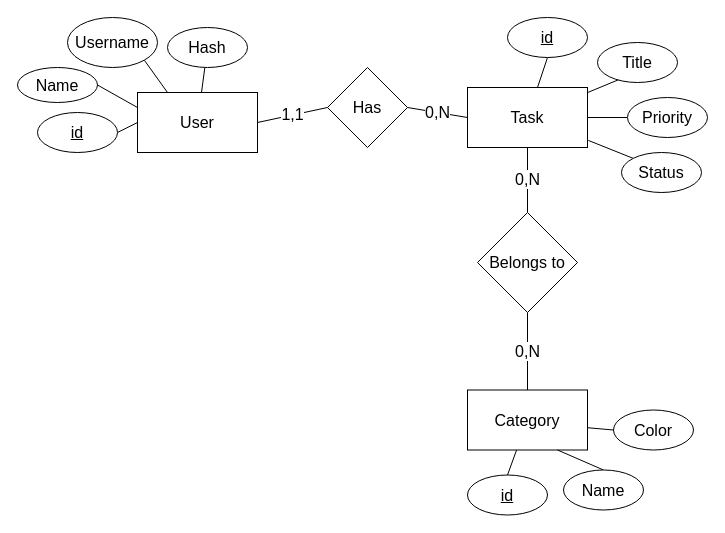
Above: dbModel.drawio in Vsspaulasouza/TasksApp (draw.io), before the change. Source tidied: cells renumbered, new cells numbered last; positions are measured from the earlier drawing's top-left corner, leaving out a move shared by most shapes. Both pictures are drawn from the tidied source at 100%, with x=0, y=0 at pixel (17, 17).
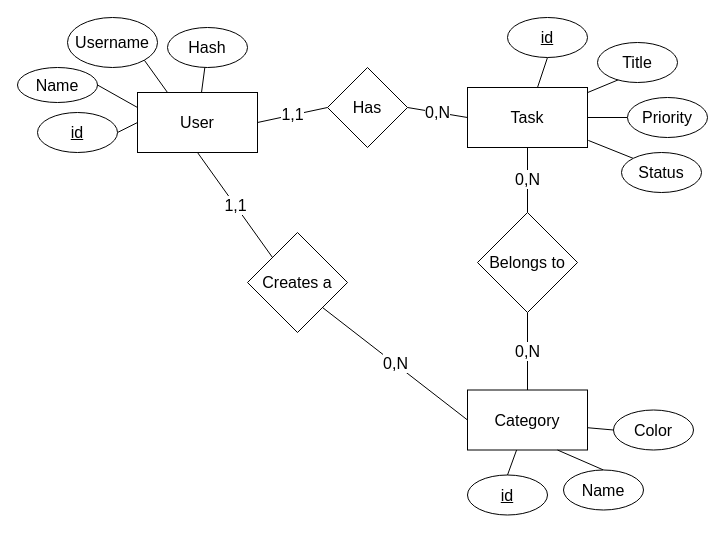
Above is the later version.

Unchanged cells that the change refers to:
```xml
<mxCell id="9" value="Category" style="rounded=0;whiteSpace=wrap;html=1;fontSize=16;" parent="1" vertex="1">
  <mxGeometry x="450" y="372.5" width="120" height="60" as="geometry" />
</mxCell>
<mxCell id="15" value="User" style="rounded=0;whiteSpace=wrap;html=1;fontSize=16;" parent="1" vertex="1">
  <mxGeometry x="120" y="75" width="120" height="60" as="geometry" />
</mxCell>
```

Diff of the diagram source:
```diff
@@
+    <mxCell id="33" value="1,1" style="edgeStyle=none;html=1;exitX=0.5;exitY=1;exitDx=0;exitDy=0;entryX=0;entryY=0;entryDx=0;entryDy=0;endArrow=none;endFill=0;fontSize=16;" parent="1" edge="1" source="15" target="35">
+      <mxGeometry relative="1" as="geometry" />
+    </mxCell>
@@
+    <mxCell id="34" value="0,N" style="edgeStyle=none;html=1;exitX=1;exitY=1;exitDx=0;exitDy=0;entryX=0;entryY=0.5;entryDx=0;entryDy=0;endArrow=none;endFill=0;strokeWidth=1;fontSize=16;" parent="1" edge="1" source="35" target="9">
+      <mxGeometry relative="1" as="geometry" />
+    </mxCell>
+    <mxCell id="35" value="Creates a" style="rhombus;whiteSpace=wrap;html=1;fontSize=16;" parent="1" vertex="1">
+      <mxGeometry x="230" y="215" width="100" height="100" as="geometry" />
+    </mxCell>
```
